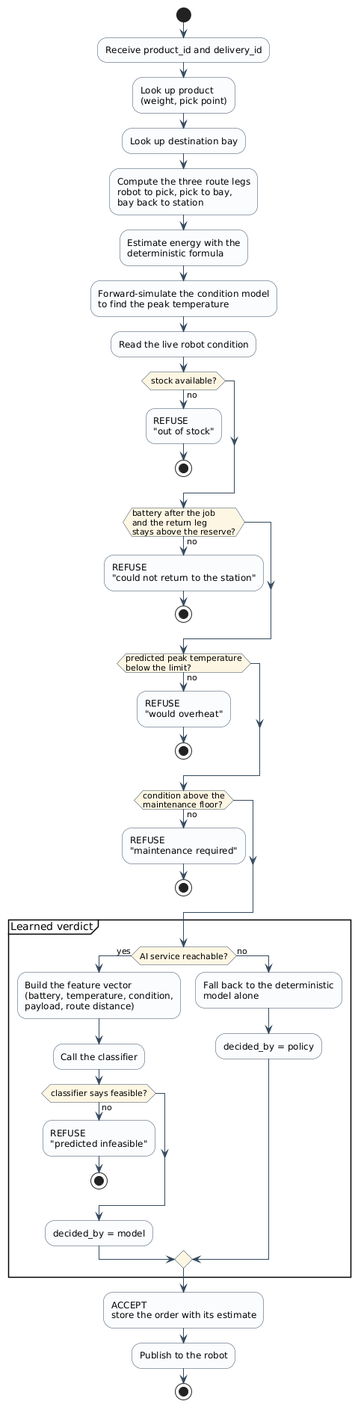
Above: report/Figures/05-activity-admission.png in ArianShafagh/robofetch (PlantUML), before the change.
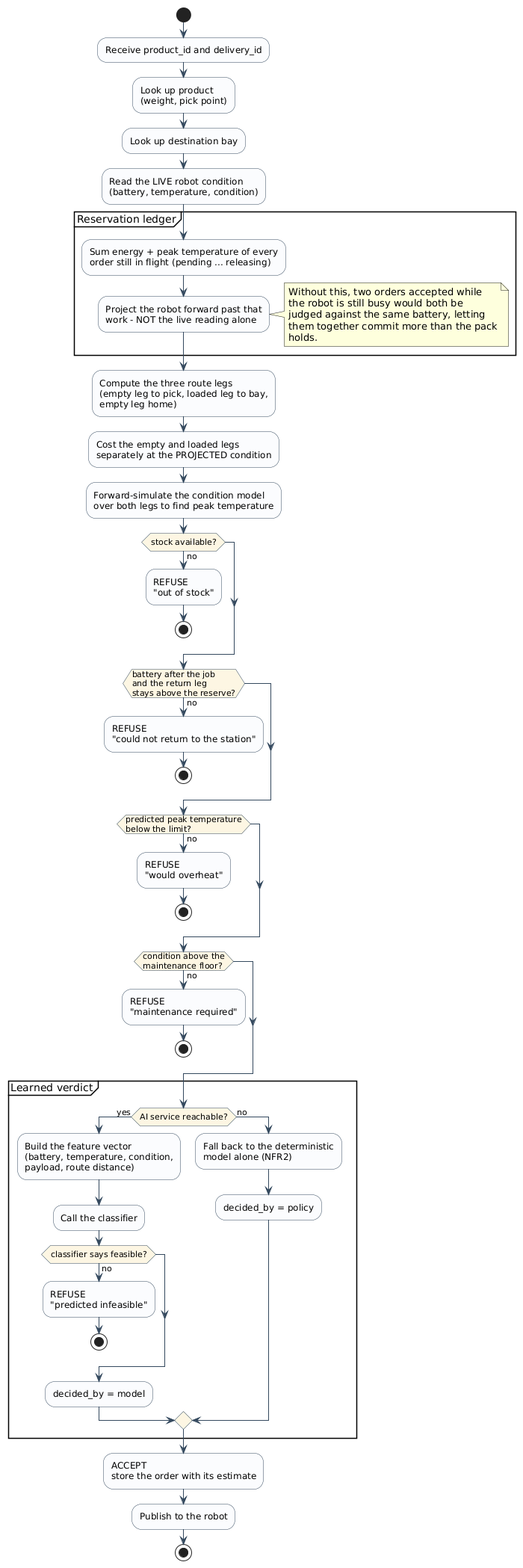
After the commit.

What changed in the source:
```diff
@@ -9,15 +9,27 @@
   DiamondBorderColor #34495E
 }
 
-
 start
 :Receive product_id and delivery_id;
 :Look up product\n(weight, pick point);
 :Look up destination bay;
-:Compute the three route legs\nrobot to pick, pick to bay,\nbay back to station;
-:Estimate energy with the\ndeterministic formula;
-:Forward-simulate the condition model\nto find the peak temperature;
-:Read the live robot condition;
+:Read the LIVE robot condition\n(battery, temperature, condition);
+
+partition "Reservation ledger" {
+  :Sum energy + peak temperature of every\norder still in flight (pending ... releasing);
+  :Project the robot forward past that\nwork - NOT the live reading alone;
+  note right
+    Without this, two orders accepted while
+    the robot is still busy would both be
+    judged against the same battery, letting
+    them together commit more than the pack
+    holds.
+  end note
+}
+
+:Compute the three route legs\n(empty leg to pick, loaded leg to bay,\nempty leg home);
+:Cost the empty and loaded legs\nseparately at the PROJECTED condition;
+:Forward-simulate the condition model\nover both legs to find peak temperature;
 
 if (stock available?) then (no)
   :REFUSE\n"out of stock";
@@ -49,7 +61,7 @@
     endif
     :decided_by = model;
   else (no)
-    :Fall back to the deterministic\nmodel alone;
+    :Fall back to the deterministic\nmodel alone (NFR2);
     :decided_by = policy;
   endif
 }
```
